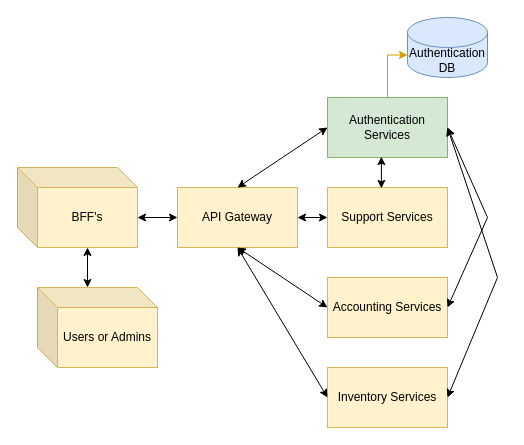
The draw.io diagram Project/diagram/Authentication-microservice/Authentication-C&C View-Diragram.drawio in nima7997/application-architecture, before the edit. Source tidied: cells renumbered, new cells numbered last; positions are measured from the earlier drawing's top-left corner, leaving out a move shared by most shapes. Both pictures are drawn from the tidied source at 100%, with x=0, y=0 at pixel (17, 17).
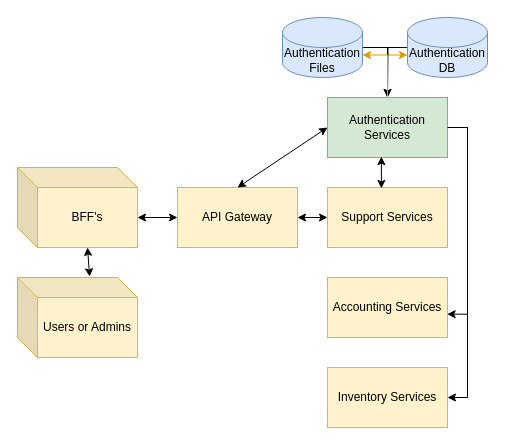
After the change.

The change refers to these unchanged cells:
```xml
<mxCell id="2" value="API Gateway" style="rounded=0;whiteSpace=wrap;html=1;fillColor=#fff2cc;strokeColor=#d6b656;" parent="1" vertex="1">
  <mxGeometry x="160" y="170" width="120" height="60" as="geometry" />
</mxCell>
<mxCell id="3" value="Authentication Services" style="rounded=0;whiteSpace=wrap;html=1;fillColor=#d5e8d4;strokeColor=#82b366;" parent="1" vertex="1">
  <mxGeometry x="310" y="80" width="120" height="60" as="geometry" />
</mxCell>
<mxCell id="5" value="Accounting Services" style="rounded=0;whiteSpace=wrap;html=1;fillColor=#fff2cc;strokeColor=#d6b656;" parent="1" vertex="1">
  <mxGeometry x="310" y="260" width="120" height="60" as="geometry" />
</mxCell>
<mxCell id="6" value="Inventory Services" style="rounded=0;whiteSpace=wrap;html=1;fillColor=#fff2cc;strokeColor=#d6b656;" parent="1" vertex="1">
  <mxGeometry x="310" y="350" width="120" height="60" as="geometry" />
</mxCell>
<mxCell id="7" value="Authentication DB" style="shape=cylinder3;whiteSpace=wrap;html=1;boundedLbl=1;backgroundOutline=1;size=15;fillColor=#dae8fc;strokeColor=#6c8ebf;" parent="1" vertex="1">
  <mxGeometry x="390" width="80" height="60" as="geometry" />
</mxCell>
<mxCell id="17" value="BFF's" style="shape=cube;whiteSpace=wrap;html=1;boundedLbl=1;backgroundOutline=1;darkOpacity=0.05;darkOpacity2=0.1;fillColor=#fff2cc;strokeColor=#d6b656;" parent="1" vertex="1">
  <mxGeometry y="150" width="120" height="80" as="geometry" />
</mxCell>
```

The edit, as a diff of the source:
```diff
@@
+    <mxCell id="16" style="edgeStyle=orthogonalEdgeStyle;rounded=0;jettySize=auto;html=1;entryX=1;entryY=0.5;entryDx=0;entryDy=0;" parent="1" edge="1" source="3" target="6">
+      <mxGeometry relative="1" as="geometry">
+        <Array as="points">
+          <mxPoint x="450" y="110" />
+          <mxPoint x="450" y="380" />
+        </Array>
+      </mxGeometry>
+    </mxCell>
@@
+    <mxCell id="20" style="edgeStyle=orthogonalEdgeStyle;rounded=0;jettySize=auto;html=1;" parent="1" edge="1" source="7">
+      <mxGeometry relative="1" as="geometry">
+        <mxPoint x="370" y="80" as="targetPoint" />
+      </mxGeometry>
+    </mxCell>
@@
-    <mxCell id="10" style="endArrow=classic;startArrow=classic;html=1;rounded=0;entryX=0;entryY=0.5;entryDx=0;entryDy=0;exitX=0.5;exitY=1;exitDx=0;exitDy=0;" parent="1" edge="1" source="2" target="6">
-      <mxGeometry relative="1" as="geometry" />
-    </mxCell>
-    <mxCell id="11" style="endArrow=classic;startArrow=classic;html=1;rounded=0;entryX=0;entryY=0.5;entryDx=0;entryDy=0;exitX=0.5;exitY=1;exitDx=0;exitDy=0;" parent="1" edge="1" source="2" target="5">
-      <mxGeometry relative="1" as="geometry" />
-    </mxCell>
@@
-    <mxCell id="15" style="endArrow=classic;startArrow=classic;html=1;rounded=0;entryX=1;entryY=0.5;entryDx=0;entryDy=0;exitX=1;exitY=0.5;exitDx=0;exitDy=0;" parent="1" edge="1" source="3" target="5">
-      <mxGeometry relative="1" as="geometry">
-        <Array as="points">
-          <mxPoint x="470" y="200" />
-        </Array>
-      </mxGeometry>
-    </mxCell>
-    <mxCell id="16" style="endArrow=classic;startArrow=classic;html=1;rounded=0;entryX=1;entryY=0.5;entryDx=0;entryDy=0;exitX=1;exitY=0.5;exitDx=0;exitDy=0;" parent="1" edge="1" source="3" target="6">
-      <mxGeometry relative="1" as="geometry">
-        <Array as="points">
-          <mxPoint x="480" y="260" />
-        </Array>
-      </mxGeometry>
-    </mxCell>
@@
-    <mxCell id="18" style="endArrow=classic;startArrow=classic;html=1;rounded=0;exitX=0;exitY=0;exitDx=50;exitDy=0;exitPerimeter=0;entryX=0;entryY=0;entryDx=70;entryDy=80;entryPerimeter=0;" parent="1" edge="1" source="19" target="17">
+    <mxCell id="18" style="endArrow=classic;startArrow=classic;html=1;rounded=0;exitX=0.601;exitY=-0.01;exitDx=0;exitDy=0;exitPerimeter=0;entryX=0;entryY=0;entryDx=70;entryDy=80;entryPerimeter=0;" parent="1" edge="1" source="19" target="17">
       <mxGeometry relative="1" as="geometry" />
     </mxCell>
     <mxCell id="19" value="Users or Admins" style="shape=cube;whiteSpace=wrap;html=1;boundedLbl=1;backgroundOutline=1;darkOpacity=0.05;darkOpacity2=0.1;fillColor=#fff2cc;strokeColor=#d6b656;" parent="1" vertex="1">
-      <mxGeometry x="20" y="270" width="120" height="80" as="geometry" />
+      <mxGeometry y="260" width="120" height="80" as="geometry" />
     </mxCell>
+    <mxCell id="15" style="edgeStyle=orthogonalEdgeStyle;rounded=0;jettySize=auto;html=1;entryX=0.997;entryY=0.611;entryDx=0;entryDy=0;entryPerimeter=0;" parent="1" edge="1" source="3" target="5">
+      <mxGeometry relative="1" as="geometry">
+        <Array as="points">
+          <mxPoint x="450" y="110" />
+          <mxPoint x="450" y="297" />
+        </Array>
+      </mxGeometry>
+    </mxCell>
+    <mxCell id="21" style="edgeStyle=orthogonalEdgeStyle;rounded=0;jettySize=auto;html=1;" parent="1" edge="1" source="22">
+      <mxGeometry relative="1" as="geometry">
+        <mxPoint x="370" y="80" as="targetPoint" />
+      </mxGeometry>
+    </mxCell>
+    <mxCell id="22" value="Authentication Files" style="shape=cylinder3;whiteSpace=wrap;html=1;boundedLbl=1;backgroundOutline=1;size=15;fillColor=#dae8fc;strokeColor=#6c8ebf;" parent="1" vertex="1">
+      <mxGeometry x="265" width="80" height="60" as="geometry" />
+    </mxCell>
+    <mxCell id="23" style="edgeStyle=orthogonalEdgeStyle;rounded=0;jettySize=auto;html=1;entryX=1;entryY=0;entryDx=0;entryDy=37.5;entryPerimeter=0;fillColor=#ffe6cc;strokeColor=#d79b00;" parent="1" edge="1" target="22">
+      <mxGeometry relative="1" as="geometry">
+        <mxPoint x="370" y="80" as="sourcePoint" />
+        <Array as="points">
+          <mxPoint x="370" y="38" />
+        </Array>
+      </mxGeometry>
+    </mxCell>
```
